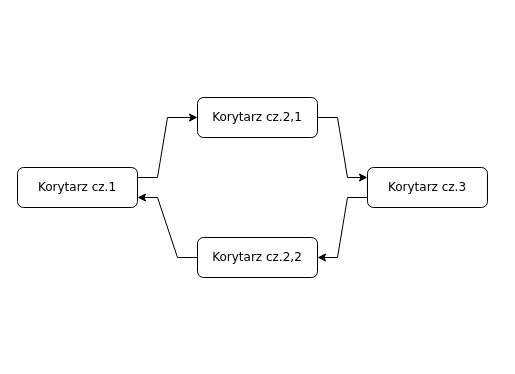
The draw.io diagram additional-media/block-diagram.drawio in Andreansx/Staszic360, before the edit. Source tidied: cells renumbered, new cells numbered last; positions are measured from the earlier drawing's top-left corner, leaving out a move shared by most shapes. Both pictures are drawn from the tidied source at 100%, with x=0, y=0 at pixel (17, 97).
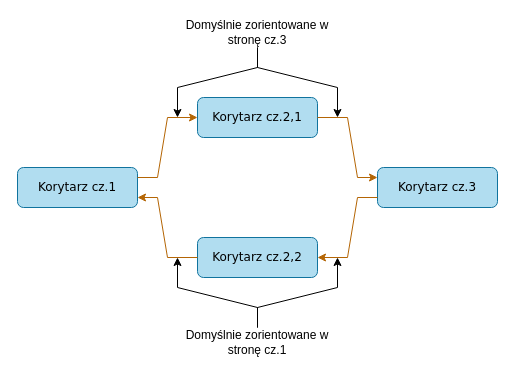
Above is the later version.

Commit message (it also covers changes not shown here):
updated block diagram

The edit, as a diff of the source:
```diff
@@
-    <mxCell id="3" value="Korytarz cz.1" style="rounded=1;whiteSpace=wrap;html=1;fontSize=12;glass=0;strokeWidth=1;shadow=0;fontFamily=Verdana;" parent="1" vertex="1">
+    <mxCell id="3" value="Korytarz cz.1" style="rounded=1;whiteSpace=wrap;html=1;fontSize=12;glass=0;strokeWidth=1;shadow=0;fontFamily=Verdana;fillColor=#b1ddf0;strokeColor=#10739e;" parent="1" vertex="1">
       <mxGeometry y="70" width="120" height="40" as="geometry" />
     </mxCell>
-    <mxCell id="4" value="Korytarz cz.2,1" style="rounded=1;whiteSpace=wrap;html=1;fontSize=12;glass=0;strokeWidth=1;shadow=0;fontFamily=Verdana;" parent="1" vertex="1">
+    <mxCell id="4" value="Korytarz cz.2,1" style="rounded=1;whiteSpace=wrap;html=1;fontSize=12;glass=0;strokeWidth=1;shadow=0;fontFamily=Verdana;fillColor=#b1ddf0;strokeColor=#10739e;" parent="1" vertex="1">
       <mxGeometry x="180" width="120" height="40" as="geometry" />
     </mxCell>
-    <mxCell id="5" style="endArrow=classic;html=1;rounded=0;entryX=0;entryY=0.5;entryDx=0;entryDy=0;exitX=1;exitY=0.25;exitDx=0;exitDy=0;" parent="1" edge="1" source="3" target="4">
+    <mxCell id="5" style="endArrow=classic;html=1;rounded=0;entryX=0;entryY=0.5;entryDx=0;entryDy=0;exitX=1;exitY=0.25;exitDx=0;exitDy=0;fillColor=#fad7ac;strokeColor=#b46504;" parent="1" edge="1" source="3" target="4">
       <mxGeometry relative="1" as="geometry">
         <Array as="points">
           <mxPoint x="140" y="80" />
           <mxPoint x="150" y="20" />
         </Array>
       </mxGeometry>
     </mxCell>
-    <mxCell id="6" value="Korytarz cz.3" style="rounded=1;whiteSpace=wrap;html=1;fontSize=12;glass=0;strokeWidth=1;shadow=0;fontFamily=Verdana;" parent="1" vertex="1">
-      <mxGeometry x="350" y="70" width="120" height="40" as="geometry" />
+    <mxCell id="6" value="Korytarz cz.3" style="rounded=1;whiteSpace=wrap;html=1;fontSize=12;glass=0;strokeWidth=1;shadow=0;fontFamily=Verdana;fillColor=#b1ddf0;strokeColor=#10739e;" parent="1" vertex="1">
+      <mxGeometry x="360" y="70" width="120" height="40" as="geometry" />
     </mxCell>
-    <mxCell id="7" style="endArrow=classic;html=1;rounded=0;entryX=0;entryY=0.25;entryDx=0;entryDy=0;exitX=1;exitY=0.5;exitDx=0;exitDy=0;" parent="1" edge="1" source="4" target="6">
+    <mxCell id="7" style="endArrow=classic;html=1;rounded=0;entryX=0;entryY=0.25;entryDx=0;entryDy=0;exitX=1;exitY=0.5;exitDx=0;exitDy=0;fillColor=#fad7ac;strokeColor=#b46504;" parent="1" edge="1" source="4" target="6">
       <mxGeometry relative="1" as="geometry">
         <Array as="points">
-          <mxPoint x="320" y="20" />
-          <mxPoint x="330" y="80" />
+          <mxPoint x="330" y="20" />
+          <mxPoint x="340" y="80" />
         </Array>
       </mxGeometry>
     </mxCell>
-    <mxCell id="8" value="Korytarz cz.2,2" style="rounded=1;whiteSpace=wrap;html=1;fontSize=12;glass=0;strokeWidth=1;shadow=0;fontFamily=Verdana;" parent="1" vertex="1">
+    <mxCell id="8" value="Korytarz cz.2,2" style="rounded=1;whiteSpace=wrap;html=1;fontSize=12;glass=0;strokeWidth=1;shadow=0;fontFamily=Verdana;fillColor=#b1ddf0;strokeColor=#10739e;" parent="1" vertex="1">
       <mxGeometry x="180" y="140" width="120" height="40" as="geometry" />
     </mxCell>
-    <mxCell id="9" style="endArrow=classic;html=1;rounded=0;entryX=1;entryY=0.5;entryDx=0;entryDy=0;exitX=0;exitY=0.75;exitDx=0;exitDy=0;" parent="1" edge="1" source="6" target="8">
+    <mxCell id="9" style="endArrow=classic;html=1;rounded=0;entryX=1;entryY=0.5;entryDx=0;entryDy=0;exitX=0;exitY=0.75;exitDx=0;exitDy=0;fillColor=#fad7ac;strokeColor=#b46504;" parent="1" edge="1" source="6" target="8">
       <mxGeometry relative="1" as="geometry">
         <Array as="points">
-          <mxPoint x="330" y="100" />
-          <mxPoint x="320" y="160" />
+          <mxPoint x="340" y="100" />
+          <mxPoint x="330" y="160" />
         </Array>
       </mxGeometry>
     </mxCell>
-    <mxCell id="10" style="endArrow=classic;html=1;rounded=0;entryX=1;entryY=0.75;entryDx=0;entryDy=0;exitX=0;exitY=0.5;exitDx=0;exitDy=0;" parent="1" edge="1" source="8" target="3">
+    <mxCell id="10" style="endArrow=classic;html=1;rounded=0;entryX=1;entryY=0.75;entryDx=0;entryDy=0;exitX=0;exitY=0.5;exitDx=0;exitDy=0;fillColor=#fad7ac;strokeColor=#b46504;" parent="1" edge="1" source="8" target="3">
       <mxGeometry relative="1" as="geometry">
         <Array as="points">
-          <mxPoint x="160" y="160" />
+          <mxPoint x="150" y="160" />
           <mxPoint x="140" y="100" />
         </Array>
       </mxGeometry>
     </mxCell>
+    <mxCell id="11" value="Domyślnie zorientowane w stronę cz.3" style="text;html=1;align=center;verticalAlign=middle;whiteSpace=wrap;rounded=0;" parent="1" vertex="1">
+      <mxGeometry x="160" y="-80" width="160" height="30" as="geometry" />
+    </mxCell>
+    <mxCell id="12" style="endArrow=classic;html=1;rounded=0;exitX=0.5;exitY=1;exitDx=0;exitDy=0;" parent="1" edge="1" source="11">
+      <mxGeometry relative="1" as="geometry">
+        <mxPoint x="160" y="20" as="targetPoint" />
+        <Array as="points">
+          <mxPoint x="240" y="-30" />
+          <mxPoint x="160" y="-10" />
+        </Array>
+      </mxGeometry>
+    </mxCell>
+    <mxCell id="13" style="endArrow=classic;html=1;rounded=0;" parent="1" edge="1">
+      <mxGeometry relative="1" as="geometry">
+        <mxPoint x="240" y="-50" as="sourcePoint" />
+        <mxPoint x="320" y="20" as="targetPoint" />
+        <Array as="points">
+          <mxPoint x="240" y="-30" />
+          <mxPoint x="320" y="-10" />
+        </Array>
+      </mxGeometry>
+    </mxCell>
+    <mxCell id="14" value="Domyślnie zorientowane w stronę cz.1" style="text;html=1;align=center;verticalAlign=middle;whiteSpace=wrap;rounded=0;" parent="1" vertex="1">
+      <mxGeometry x="160" y="230" width="160" height="30" as="geometry" />
+    </mxCell>
+    <mxCell id="15" style="endArrow=classic;html=1;rounded=0;exitX=0.5;exitY=0;exitDx=0;exitDy=0;" parent="1" edge="1" source="14">
+      <mxGeometry relative="1" as="geometry">
+        <mxPoint x="160" y="160" as="targetPoint" />
+        <Array as="points">
+          <mxPoint x="240" y="210" />
+          <mxPoint x="160" y="190" />
+        </Array>
+      </mxGeometry>
+    </mxCell>
+    <mxCell id="16" style="endArrow=classic;html=1;rounded=0;" parent="1" edge="1">
+      <mxGeometry relative="1" as="geometry">
+        <mxPoint x="240" y="230" as="sourcePoint" />
+        <mxPoint x="320" y="160" as="targetPoint" />
+        <Array as="points">
+          <mxPoint x="240" y="210" />
+          <mxPoint x="320" y="190" />
+        </Array>
+      </mxGeometry>
+    </mxCell>
```
